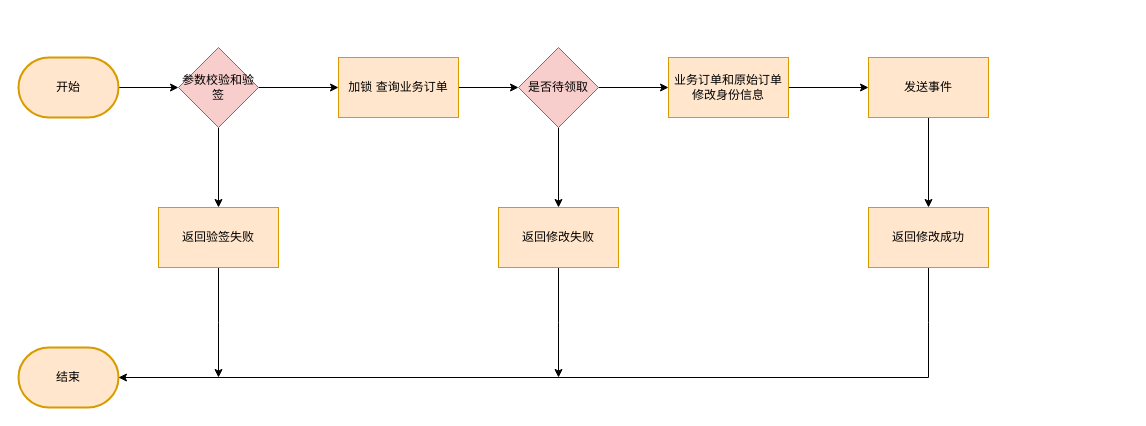
The draw.io diagram 阳光订单修改.drawio in Jie33/draw, before the edit. Source tidied: cells renumbered, new cells numbered last; positions are measured from the earlier drawing's top-left corner, leaving out a move shared by most shapes. Both pictures are drawn from the tidied source at 100%, with x=0, y=0 at pixel (18, 47).
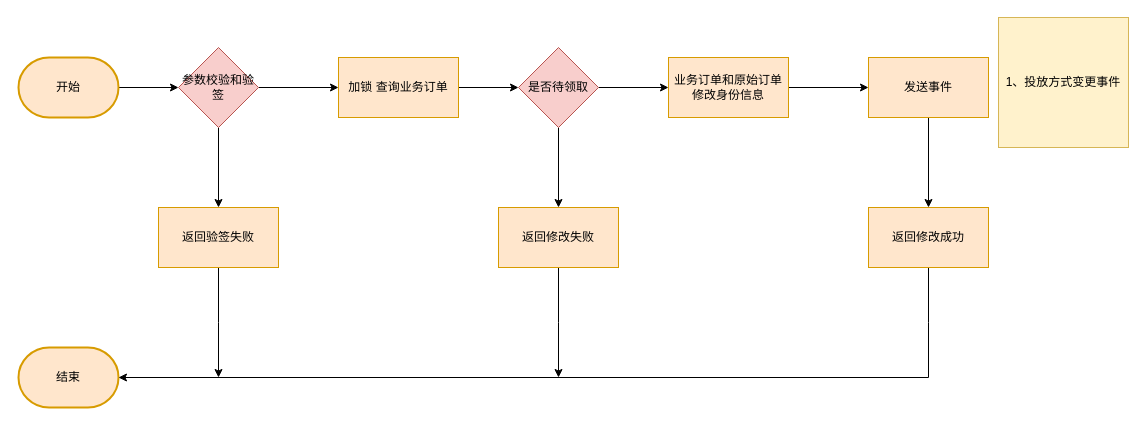
After the change.

Commit message:
更新阳光订单修改.drawio

What changed in the source:
```diff
@@
+    <mxCell id="24" value="1、投放方式变更事件" style="rounded=0;whiteSpace=wrap;html=1;fillColor=#fff2cc;strokeColor=#d6b656;" parent="1" vertex="1">
+      <mxGeometry x="980" y="-30" width="130" height="130" as="geometry" />
+    </mxCell>
```
